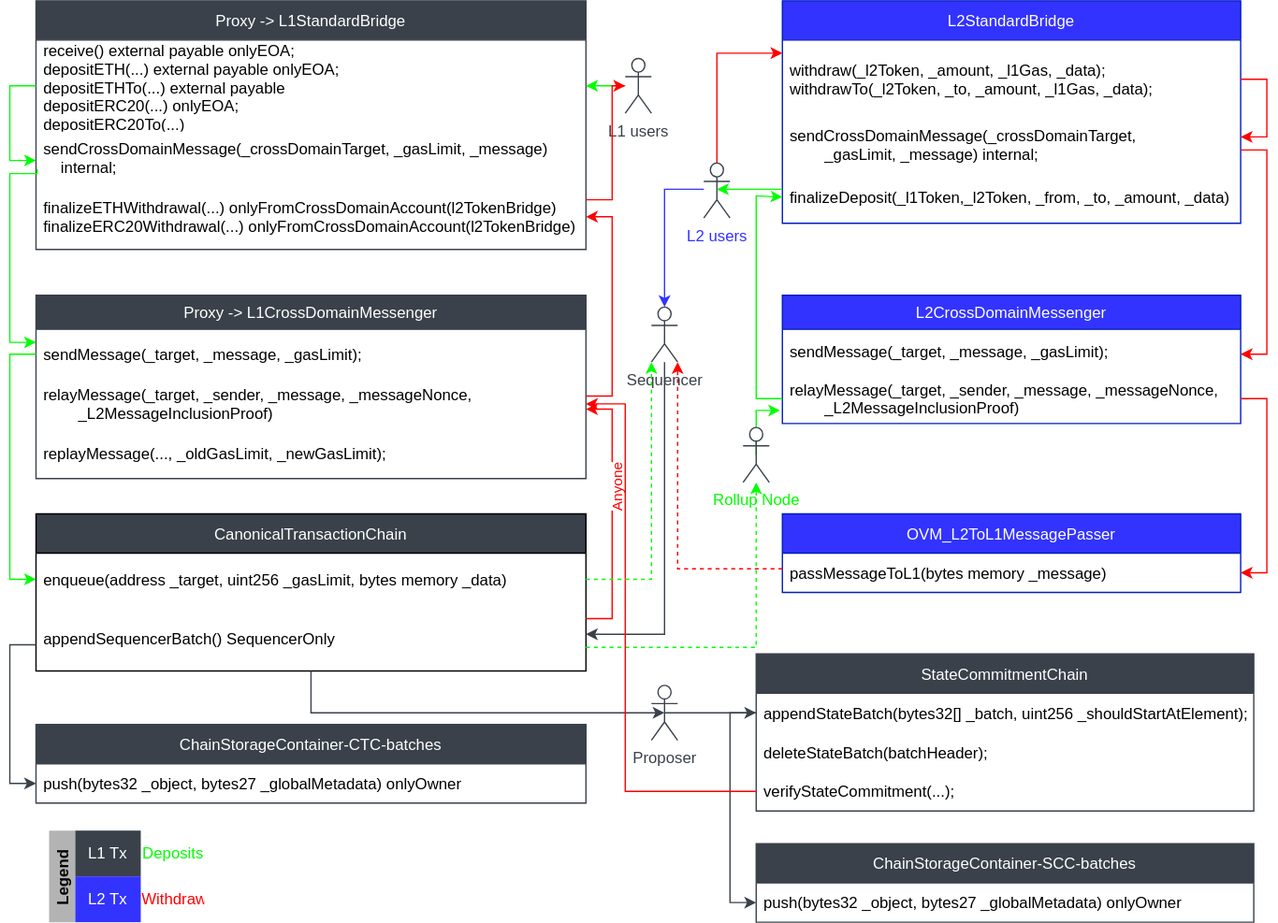
This is packages/figures/OP-current OP.drawio.svg from 0xDatapunk/optimism, a draw.io export, as it was before one commit. Source tidied: cells renumbered, new cells last; positions are measured from the earlier drawing's top-left corner, leaving out a move shared by most shapes.
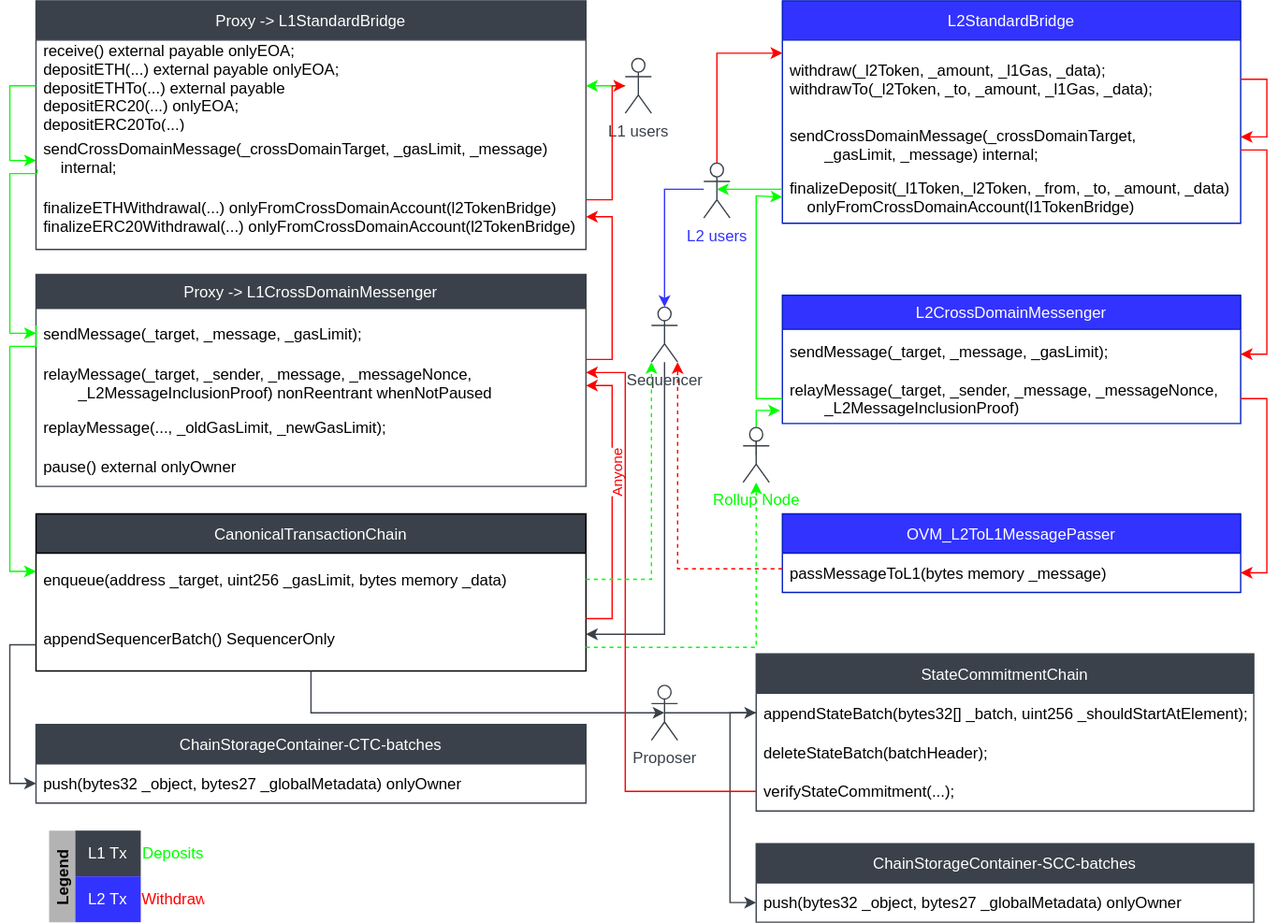
The same file after the commit.

What changed in the source:
```diff
@@ -15,17 +15,20 @@
       <mxGeometry y="140" width="420" height="50" as="geometry" />
     </mxCell>
     <mxCell id="6" value="Proxy -&gt; L1CrossDomainMessenger" style="swimlane;fontStyle=0;horizontal=1;startSize=26;strokeColor=#3A414A;fillColor=#3A414A;fontColor=#FFFFFF;" parent="1" vertex="1">
-      <mxGeometry x="20" y="225" width="420" height="140" as="geometry" />
+      <mxGeometry x="20" y="209" width="420" height="162" as="geometry" />
     </mxCell>
     <mxCell id="7" value="sendMessage(_target, _message, _gasLimit);" style="text;strokeColor=none;fillColor=none;align=left;verticalAlign=middle;spacingLeft=4;spacingRight=4;overflow=hidden;points=[[0,0.5],[1,0.5]];portConstraint=eastwest;" parent="6" vertex="1">
       <mxGeometry y="26" width="420" height="38" as="geometry" />
     </mxCell>
-    <mxCell id="8" value="relayMessage(_target, _sender, _message, _messageNonce,&#10;        _L2MessageInclusionProof)" style="text;strokeColor=none;fillColor=none;align=left;verticalAlign=middle;spacingLeft=4;spacingRight=4;overflow=hidden;points=[[0,0.5],[1,0.5]];portConstraint=eastwest;" parent="6" vertex="1">
+    <mxCell id="8" value="relayMessage(_target, _sender, _message, _messageNonce,&#10;        _L2MessageInclusionProof) nonReentrant whenNotPaused" style="text;strokeColor=none;fillColor=none;align=left;verticalAlign=middle;spacingLeft=4;spacingRight=4;overflow=hidden;points=[[0,0.5],[1,0.5]];portConstraint=eastwest;" parent="6" vertex="1">
       <mxGeometry y="64" width="420" height="38" as="geometry" />
     </mxCell>
     <mxCell id="9" value="replayMessage(..., _oldGasLimit, _newGasLimit);" style="text;strokeColor=none;fillColor=none;align=left;verticalAlign=middle;spacingLeft=4;spacingRight=4;overflow=hidden;" parent="6" vertex="1">
-      <mxGeometry y="102" width="420" height="38" as="geometry" />
+      <mxGeometry y="102" width="420" height="30" as="geometry" />
     </mxCell>
+    <mxCell id="68" value="pause() external onlyOwner" style="text;strokeColor=none;fillColor=none;align=left;verticalAlign=middle;spacingLeft=4;spacingRight=4;overflow=hidden;" parent="6" vertex="1">
+      <mxGeometry y="132" width="420" height="30" as="geometry" />
+    </mxCell>
     <mxCell id="10" value="CanonicalTransactionChain" style="swimlane;fontStyle=0;horizontal=1;startSize=30;fontColor=#FFFFFF;fillColor=#3A414A;" parent="1" vertex="1">
       <mxGeometry x="20" y="392" width="420" height="120" as="geometry" />
     </mxCell>
@@ -41,12 +44,13 @@
     <mxCell id="14" value="push(bytes32 _object, bytes27 _globalMetadata) onlyOwner" style="text;strokeColor=none;fillColor=none;align=left;verticalAlign=middle;spacingLeft=4;spacingRight=4;overflow=hidden;points=[[0,0.5],[1,0.5]];portConstraint=eastwest;" parent="13" vertex="1">
       <mxGeometry y="30" width="420" height="30" as="geometry" />
     </mxCell>
-    <mxCell id="15" style="edgeStyle=orthogonalEdgeStyle;rounded=0;jettySize=auto;html=1;entryX=0;entryY=0.263;entryDx=0;entryDy=0;exitX=0.002;exitY=0.72;exitDx=0;exitDy=0;exitPerimeter=0;entryPerimeter=0;fillColor=#60a917;strokeColor=#00FF00;" parent="1" edge="1" source="4" target="7">
+    <mxCell id="15" style="edgeStyle=orthogonalEdgeStyle;rounded=0;jettySize=auto;html=1;exitX=0.002;exitY=0.72;exitDx=0;exitDy=0;exitPerimeter=0;fillColor=#60a917;strokeColor=#00FF00;" parent="1" edge="1" source="4">
       <mxGeometry relative="1" as="geometry">
+        <mxPoint x="20" y="254" as="targetPoint" />
         <Array as="points">
           <mxPoint x="21" y="132" />
           <mxPoint y="132" />
-          <mxPoint y="261" />
+          <mxPoint y="254" />
         </Array>
       </mxGeometry>
     </mxCell>
@@ -58,8 +62,16 @@
         </Array>
       </mxGeometry>
     </mxCell>
-    <mxCell id="17" style="edgeStyle=orthogonalEdgeStyle;rounded=0;jettySize=auto;html=1;entryX=0;entryY=0.5;entryDx=0;entryDy=0;fillColor=#60a917;strokeColor=#00FF00;" parent="1" edge="1" source="7" target="11">
-      <mxGeometry relative="1" as="geometry" />
+    <mxCell id="17" style="edgeStyle=orthogonalEdgeStyle;rounded=0;orthogonalLoop=1;jettySize=auto;html=1;entryX=0;entryY=0.5;entryDx=0;entryDy=0;fillColor=#60a917;strokeColor=#00FF00;" parent="1" edge="1">
+      <mxGeometry relative="1" as="geometry">
+        <mxPoint x="20" y="248" as="sourcePoint" />
+        <mxPoint x="20" y="436" as="targetPoint" />
+        <Array as="points">
+          <mxPoint x="20" y="264" />
+          <mxPoint y="264" />
+          <mxPoint y="436" />
+        </Array>
+      </mxGeometry>
     </mxCell>
     <mxCell id="18" style="edgeStyle=orthogonalEdgeStyle;rounded=0;jettySize=auto;html=1;entryX=-0.005;entryY=0.737;entryDx=0;entryDy=0;entryPerimeter=0;fillColor=#60a917;strokeColor=#00FF00;exitX=0.5;exitY=0.5;exitDx=0;exitDy=0;exitPerimeter=0;" parent="1" edge="1" source="36" target="21">
       <mxGeometry relative="1" as="geometry">
@@ -109,7 +121,7 @@
     <mxCell id="28" value="sendCrossDomainMessage(_crossDomainTarget, &#10;        _gasLimit, _message) internal;" style="text;strokeColor=none;fillColor=none;align=left;verticalAlign=middle;spacingLeft=4;spacingRight=4;overflow=hidden;points=[[0,0.5],[1,0.5]];portConstraint=eastwest;" parent="25" vertex="1">
       <mxGeometry y="90" width="350" height="40" as="geometry" />
     </mxCell>
-    <mxCell id="29" value="finalizeDeposit(_l1Token,_l2Token, _from, _to, _amount, _data)" style="text;strokeColor=none;fillColor=none;align=left;verticalAlign=middle;spacingLeft=4;spacingRight=4;overflow=hidden;points=[[0,0.5],[1,0.5]];portConstraint=eastwest;" parent="25" vertex="1">
+    <mxCell id="29" value="finalizeDeposit(_l1Token,_l2Token, _from, _to, _amount, _data)&#10;    onlyFromCrossDomainAccount(l1TokenBridge)" style="text;strokeColor=none;fillColor=none;align=left;verticalAlign=middle;spacingLeft=4;spacingRight=4;overflow=hidden;points=[[0,0.5],[1,0.5]];portConstraint=eastwest;" parent="25" vertex="1">
       <mxGeometry y="130" width="350" height="40" as="geometry" />
     </mxCell>
     <mxCell id="30" style="edgeStyle=orthogonalEdgeStyle;rounded=0;jettySize=auto;html=1;entryX=1;entryY=0.5;entryDx=0;entryDy=0;strokeColor=#FF0000;" parent="1" edge="1" target="23">
@@ -131,10 +143,11 @@
     </mxCell>
     <mxCell id="32" style="edgeStyle=orthogonalEdgeStyle;rounded=0;jettySize=auto;html=1;strokeColor=#FF0000;fontColor=#FF0000;" parent="1" edge="1" source="12">
       <mxGeometry relative="1" as="geometry">
-        <mxPoint x="440" y="312" as="targetPoint" />
+        <mxPoint x="440" y="294" as="targetPoint" />
         <Array as="points">
           <mxPoint x="460" y="472" />
-          <mxPoint x="460" y="312" />
+          <mxPoint x="460" y="294" />
+          <mxPoint x="440" y="294" />
         </Array>
       </mxGeometry>
     </mxCell>
@@ -216,7 +229,7 @@
     <mxCell id="45" style="edgeStyle=orthogonalEdgeStyle;rounded=0;jettySize=auto;html=1;entryX=1;entryY=0.5;entryDx=0;entryDy=0;strokeColor=#FF0000;fontColor=#3333FF;endArrow=classic;endFill=1;" parent="1" edge="1" source="8" target="5">
       <mxGeometry relative="1" as="geometry">
         <Array as="points">
-          <mxPoint x="460" y="302" />
+          <mxPoint x="460" y="274" />
           <mxPoint x="460" y="165" />
         </Array>
       </mxGeometry>
@@ -292,11 +305,13 @@
     <mxCell id="63" value="&lt;font color=&quot;#ff0000&quot;&gt;Withdraw&lt;/font&gt;" style="shape=partialRectangle;html=1;whiteSpace=wrap;fillColor=none;top=0;left=0;bottom=0;right=0;overflow=hidden;strokeColor=#3A414A;fontColor=#3333FF;" parent="61" vertex="1">
       <mxGeometry x="50" width="50" height="35" as="geometry" />
     </mxCell>
-    <mxCell id="64" style="edgeStyle=orthogonalEdgeStyle;rounded=0;jettySize=auto;html=1;entryX=1;entryY=0.5;entryDx=0;entryDy=0;strokeColor=#FF0000;" parent="1" edge="1" source="50" target="8">
+    <mxCell id="64" style="edgeStyle=orthogonalEdgeStyle;rounded=0;jettySize=auto;html=1;strokeColor=#FF0000;" parent="1" edge="1" source="50">
       <mxGeometry relative="1" as="geometry">
+        <mxPoint x="440" y="284" as="targetPoint" />
         <Array as="points">
           <mxPoint x="470" y="604" />
-          <mxPoint x="470" y="308" />
+          <mxPoint x="470" y="284" />
+          <mxPoint x="440" y="284" />
         </Array>
       </mxGeometry>
     </mxCell>
```
